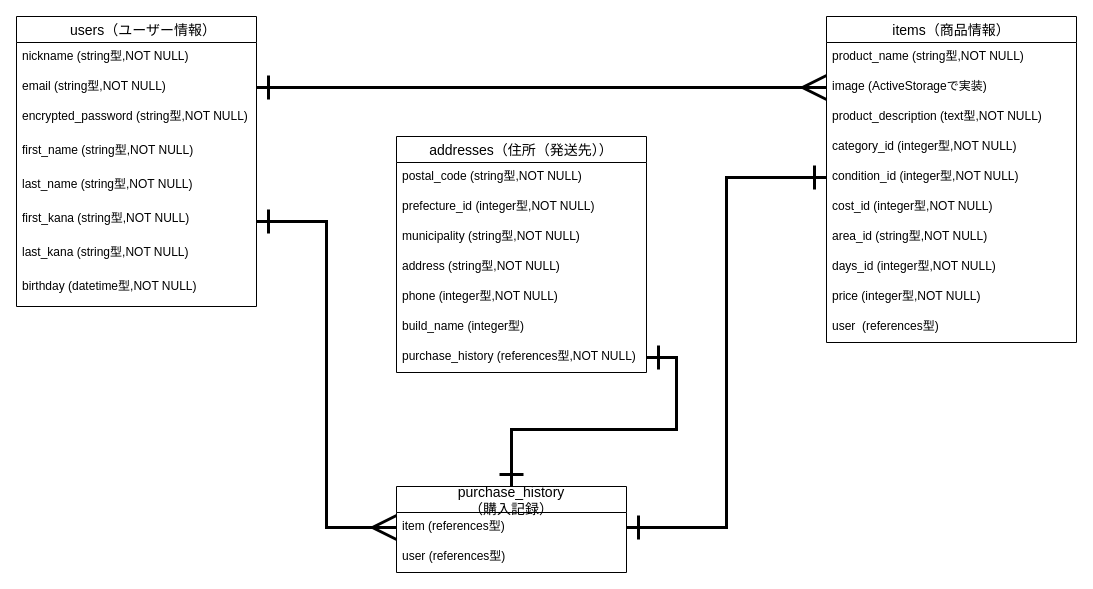
The draw.io diagram furima.dio in taka826/furima-30597, before the edit. Source tidied: cells renumbered, new cells numbered last; positions are measured from the earlier drawing's top-left corner, leaving out a move shared by most shapes. Both pictures are drawn from the tidied source at 100%, with x=0, y=0 at pixel (16, 16).
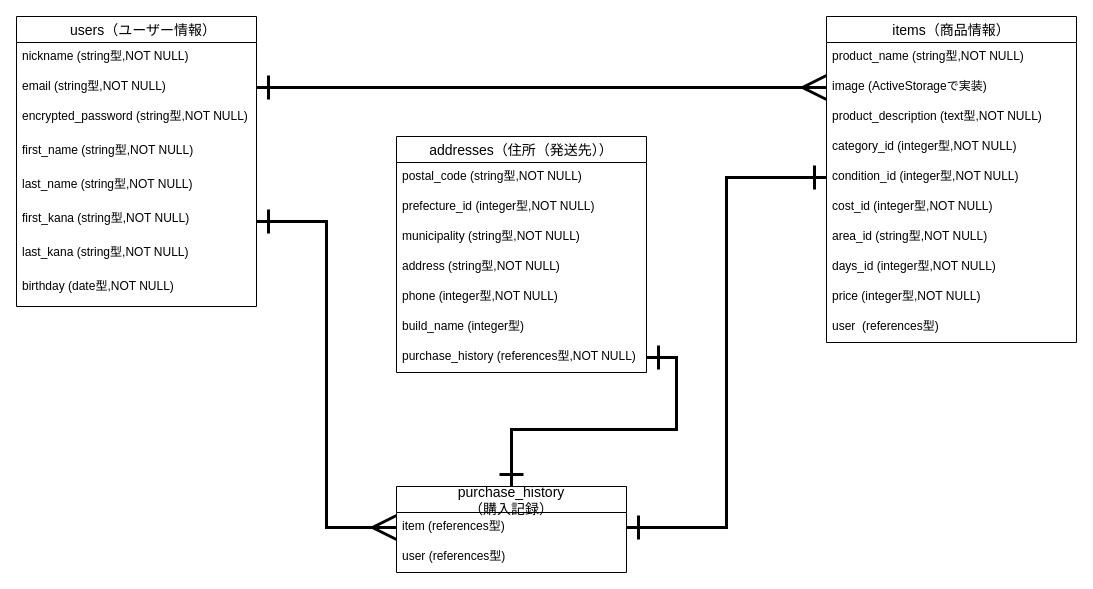
The same diagram, later.

Commit message (it also covers changes not shown here):
birthdayカラムの型の修正

The change refers to these unchanged cells:
```xml
<mxCell id="5" value="　users（ユーザー情報）" style="swimlane;fontStyle=0;horizontal=1;startSize=26;align=center;fontSize=14;" parent="1" vertex="1">
  <mxGeometry width="240" height="290" as="geometry" />
</mxCell>
```

What changed in the source:
```diff
@@
-    <mxCell id="13" value="birthday (datetime型,NOT NULL)" style="text;strokeColor=none;fillColor=none;spacingLeft=4;spacingRight=4;overflow=hidden;fontSize=12;" parent="5" vertex="1">
+    <mxCell id="13" value="birthday (date型,NOT NULL)" style="text;strokeColor=none;fillColor=none;spacingLeft=4;spacingRight=4;overflow=hidden;fontSize=12;" parent="5" vertex="1">
       <mxGeometry y="256" width="240" height="34" as="geometry" />
     </mxCell>
```
